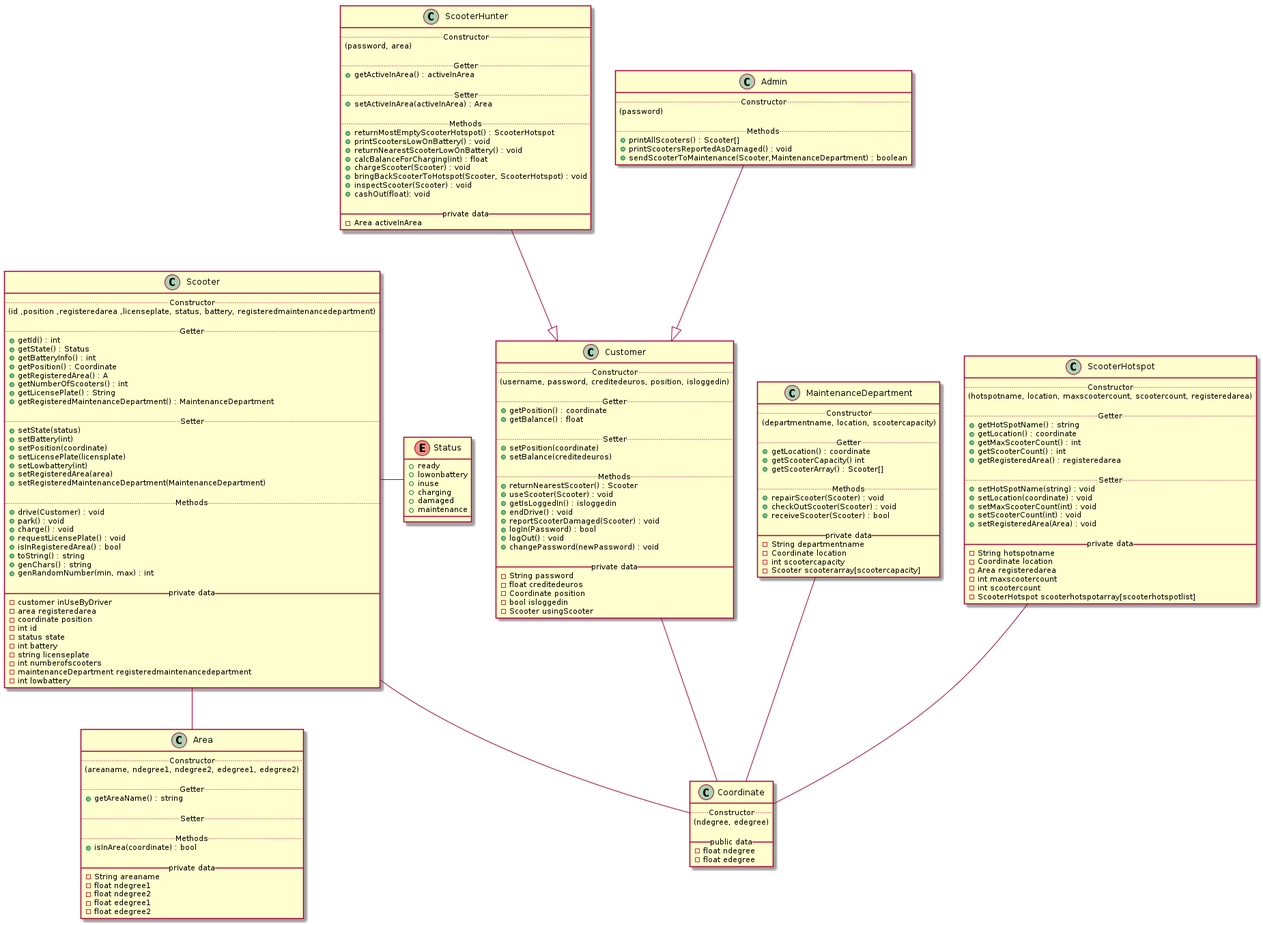
fh-erfurt/Scooter-MS keeps this PlantUML diagram as assets/umldiagram.png. Above is the earlier version.
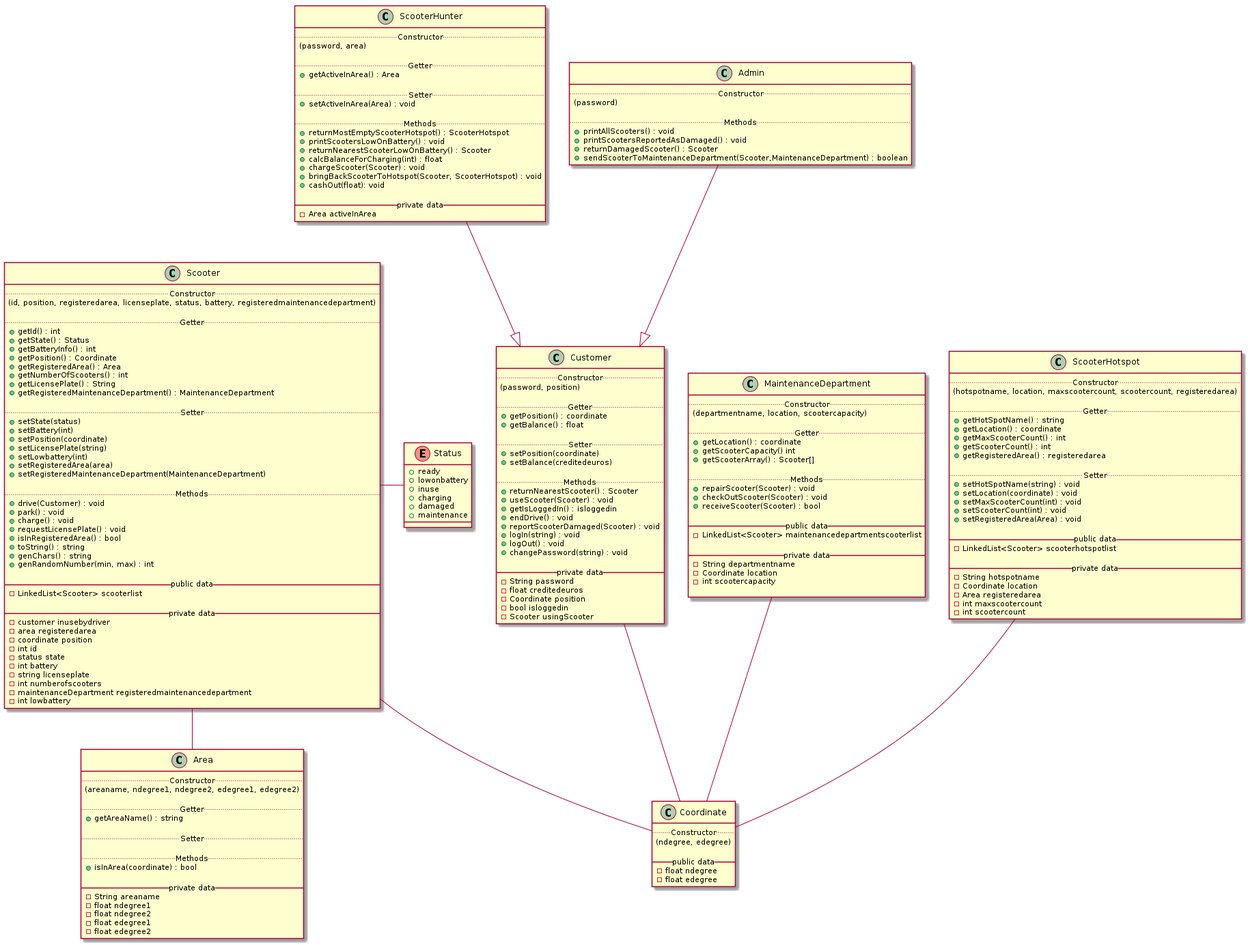
The same file after the commit.

Commit message:
Generate SVG and PNG images for PlantUML diagrams

Diff of the diagram source:
```diff
@@ -5,14 +5,14 @@
 
 class Scooter {
   .. Constructor ..
-  (id ,position ,registeredarea ,licenseplate, status, battery, registeredmaintenancedepartment)
+  (id, position, registeredarea, licenseplate, status, battery, registeredmaintenancedepartment)
 
   .. Getter ..
   + getId() : int
   + getState() : Status
   + getBatteryInfo() : int
   + getPosition() : Coordinate
-  + getRegisteredArea() : A
+  + getRegisteredArea() : Area
   + getNumberOfScooters() : int
   + getLicensePlate() : String
   + getRegisteredMaintenanceDepartment() : MaintenanceDepartment
@@ -21,7 +21,7 @@
   + setState(status)
   + setBattery(int)
   + setPosition(coordinate)
-  + setLicensePlate(licensplate)
+  + setLicensePlate(string)
   + setLowbattery(int)
   + setRegisteredArea(area)
   + setRegisteredMaintenanceDepartment(MaintenanceDepartment)
@@ -36,8 +36,11 @@
   + genChars() : string
   + genRandomNumber(min, max) : int
 
+  __ public data __
+  -LinkedList<Scooter> scooterlist
+
   __ private data __
-  - customer inUseByDriver
+  - customer inusebydriver
   - area registeredarea
   - coordinate position
   - int id
@@ -80,7 +83,7 @@
 
 class Customer {
   .. Constructor ..
-  (username, password, creditedeuros, position, isloggedin)
+  (password, position)
 
   .. Getter ..
   + getPosition() : coordinate
@@ -96,9 +99,9 @@
   + getIsLoggedIn() : isloggedin
   + endDrive() : void
   + reportScooterDamaged(Scooter) : void
-  + logIn(Password) : bool
+  + logIn(string) : void
   + logOut() : void
-  + changePassword(newPassword) : void
+  + changePassword(string) : void
 
   __ private data __
   -String password
@@ -113,19 +116,18 @@
   (password, area)
 
   .. Getter ..
-  + getActiveInArea() : activeInArea
+  + getActiveInArea() : Area
 
   .. Setter ..
-  + setActiveInArea(activeInArea) : Area
+  + setActiveInArea(Area) : void
 
   .. Methods ..
   + returnMostEmptyScooterHotspot() : ScooterHotspot
   + printScootersLowOnBattery() : void
-  + returnNearestScooterLowOnBattery() : void
+  + returnNearestScooterLowOnBattery() : Scooter
   + calcBalanceForCharging(int) : float
   + chargeScooter(Scooter) : void
   + bringBackScooterToHotspot(Scooter, ScooterHotspot) : void
-  + inspectScooter(Scooter) : void
   + cashOut(float): void
 
   __ private data __
@@ -137,9 +139,10 @@
   (password)
 
   .. Methods ..
-  + printAllScooters() : Scooter[]
+  + printAllScooters() : void
   + printScootersReportedAsDamaged() : void
-  + sendScooterToMaintenance(Scooter,MaintenanceDepartment) : boolean
+  + returnDamagedScooter() : Scooter
+  + sendScooterToMaintenanceDepartment(Scooter,MaintenanceDepartment) : boolean
 }
 
 class MaintenanceDepartment {
@@ -156,11 +159,14 @@
   + checkOutScooter(Scooter) : void
   + receiveScooter(Scooter) : bool
 
+  __ public data __
+  -LinkedList<Scooter> maintenancedepartmentscooterlist
+
   __ private data __
   -String departmentname
   -Coordinate location
   -int scootercapacity
-  -Scooter scooterarray[scootercapacity]
+
 }
 
 class ScooterHotspot {
@@ -181,13 +187,15 @@
   + setScooterCount(int) : void
   + setRegisteredArea(Area) : void
 
+  __ public data __
+  -LinkedList<Scooter> scooterhotspotlist
+
   __ private data __
   -String hotspotname
   -Coordinate location
   -Area registeredarea
   -int maxscootercount
   -int scootercount
-  -ScooterHotspot scooterhotspotarray[scooterhotspotlist]
 }
 
 enum Status {
```
